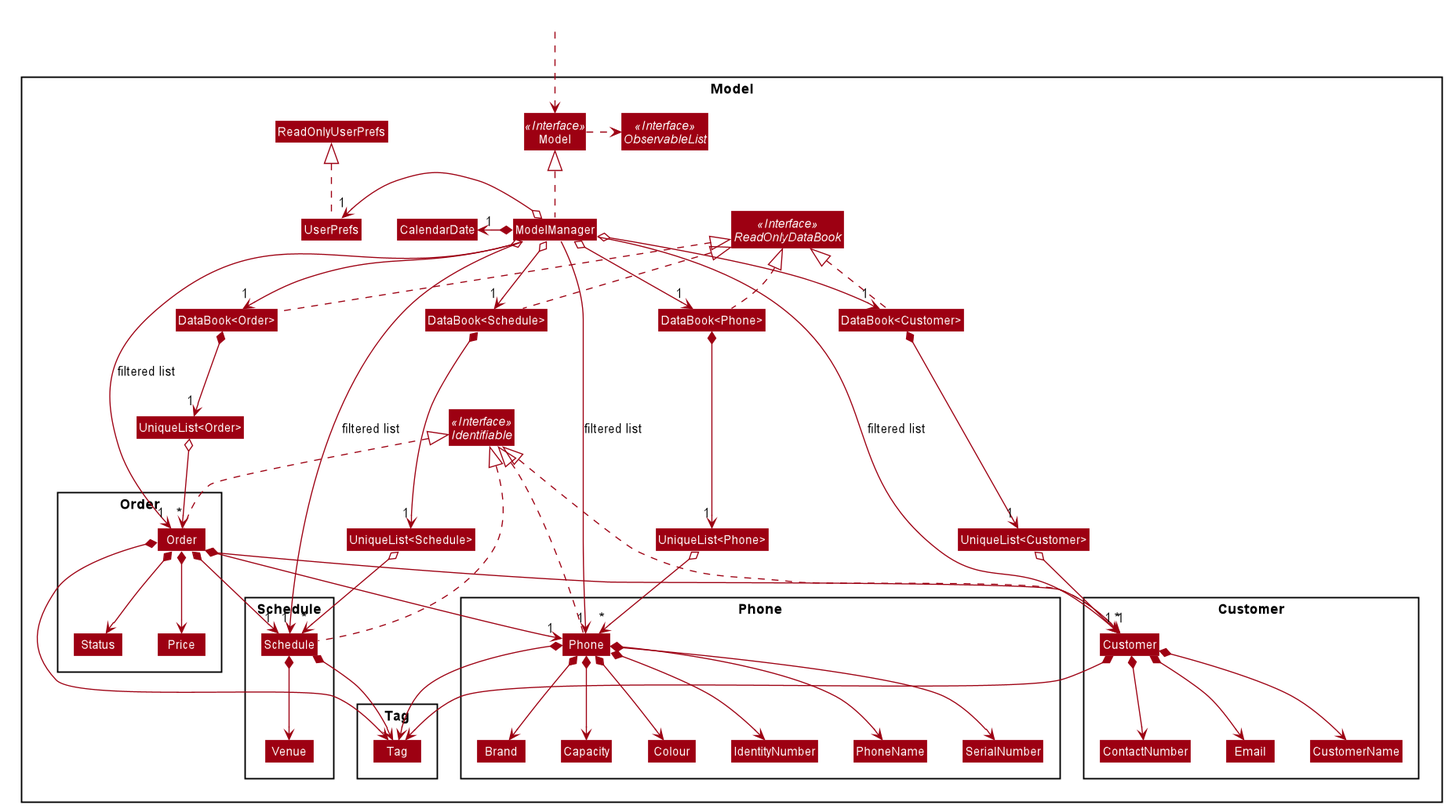
Above: images/ModelClassDiagram.png in AY1920S1-CS2103T-T09-4/main (PlantUML), before the change. Its diagram source:
```plantuml
@startuml








skinparam BackgroundColor #FFFFFFF

skinparam Shadowing false

skinparam Class {
    FontColor #FFFFFF
    BorderThickness 1
    BorderColor #FFFFFF
    StereotypeFontColor #FFFFFF
    FontName Arial
}

skinparam Actor {
    BorderColor #000000
    Color #000000
    FontName Arial
}

skinparam Sequence {
    MessageAlign center
    BoxFontSize 15
    BoxPadding 0
    BoxFontColor #FFFFFF
    FontName Arial
}

skinparam Participant {
    FontColor #FFFFFFF
    Padding 20
}

skinparam MinClassWidth 50
skinparam ParticipantPadding 10
skinparam Shadowing false
skinparam DefaultTextAlignment center
skinparam packageStyle Rectangle

hide footbox
hide members
hide circle
skinparam arrowThickness 1.1
skinparam arrowColor #9D0012
skinparam classBackgroundColor #9D0012

Package Model <<Rectangle>> {
Interface ReadOnlyDataBook <<Interface>>
Interface Model <<Interface>>
Interface ObservableList <<Interface>>
Interface Identifiable <<Interface>>
Class Model
Class ModelManager
Class UserPrefs
Class CalendarDate
Class ReadOnlyUserPrefs
Class "DataBook<Phone>"
Class "UniqueList<Phone>"
Class "DataBook<Order>"
Class "UniqueList<Order>"
Class "DataBook<Customer>"
Class "UniqueList<Customer>"
Class "DataBook<Schedule>"
Class "UniqueList<Schedule>"

Package Phone {
Class Phone
Class Brand
Class Capacity
Class Colour
Class IdentityNumber
Class PhoneName
Class SerialNumber
}

Package Order {
Class Order
Class Price
Class Status
}

Package Customer {
Class Customer
Class ContactNumber
Class Email
Class CustomerName
}

Package Schedule {
Class Schedule
Class Venue
}

Package Tag {
Class Tag
}
}

Class HiddenOutside #FFFFFF
HiddenOutside ..> Model

"DataBook<Phone>" .up.|> ReadOnlyDataBook
"DataBook<Order>" .up.|> ReadOnlyDataBook
"DataBook<Customer>" .up.|> ReadOnlyDataBook
"DataBook<Schedule>" .up.|> ReadOnlyDataBook

ModelManager .up.|> Model
Model .right.> ObservableList
ModelManager o--> "1" "DataBook<Phone>"
ModelManager o--> "1" "DataBook<Order>"
ModelManager o--> "1" "DataBook<Customer>"
ModelManager o--> "1" "DataBook<Schedule>"
ModelManager o-left-> "1" UserPrefs
UserPrefs .up.|> ReadOnlyUserPrefs
ModelManager *-left-> "1" CalendarDate

Phone .up.|> Identifiable
Order .up.|> Identifiable
Customer .up.|> Identifiable
Schedule .up.|> Identifiable

"DataBook<Phone>" *--> "1" "UniqueList<Phone>"
"UniqueList<Phone>" o--> "*" Phone
Phone *--> PhoneName
Phone *--> IdentityNumber
Phone *--> SerialNumber
Phone *--> Capacity
Phone *--> Colour
Phone *--> Brand
Phone *--> Tag

"DataBook<Order>" *--> "1" "UniqueList<Order>"
"UniqueList<Order>" o--> "*" Order
Order *--> "1" Phone
Order *--> "1" Customer
Order *--> "1" Schedule
Order *--> Price
Order *--> Status
Order *--> Tag

"DataBook<Customer>" *--> "1" "UniqueList<Customer>"
"UniqueList<Customer>" o--> "*" Customer
Customer *--> ContactNumber
Customer *--> CustomerName
Customer *--> Email
Customer *--> Tag

"DataBook<Schedule>" *--> "1" "UniqueList<Schedule>"
"UniqueList<Schedule>" o--> "*" Schedule
Schedule *--> Venue
Schedule *--> Tag

ModelManager --> "1" Phone : filtered list
ModelManager --> "1" Customer : filtered list
ModelManager --> "1" Order : filtered list
ModelManager --> "1" Schedule : filtered list
@enduml
```
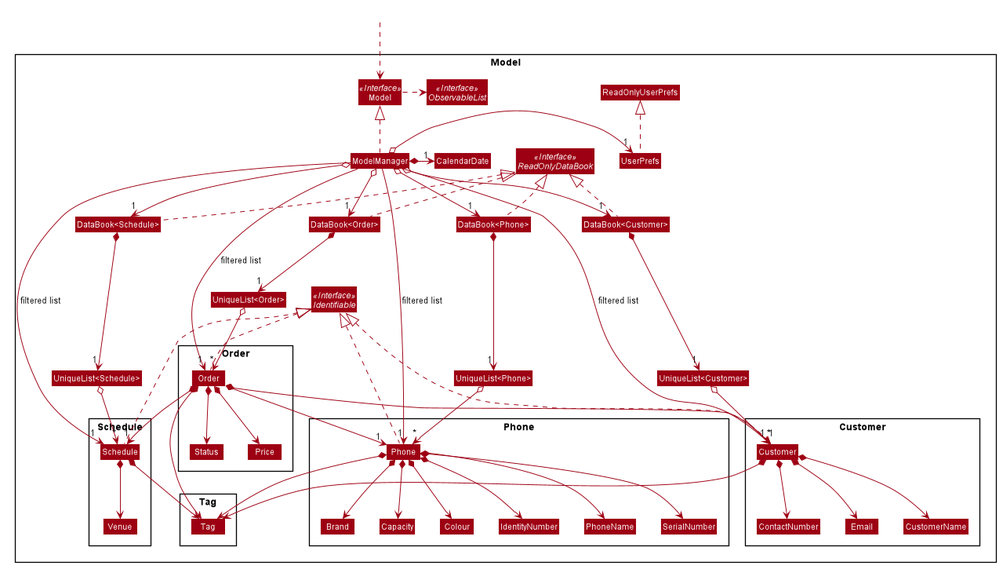
Later version of the same file.

What changed in the source:
```diff
@@ -113,13 +113,14 @@
 
 ModelManager .up.|> Model
 Model .right.> ObservableList
+ModelManager *-right-> "1" CalendarDate
 ModelManager o--> "1" "DataBook<Phone>"
 ModelManager o--> "1" "DataBook<Order>"
 ModelManager o--> "1" "DataBook<Customer>"
 ModelManager o--> "1" "DataBook<Schedule>"
 ModelManager o-left-> "1" UserPrefs
 UserPrefs .up.|> ReadOnlyUserPrefs
-ModelManager *-left-> "1" CalendarDate
+
 
 Phone .up.|> Identifiable
 Order .up.|> Identifiable
```
